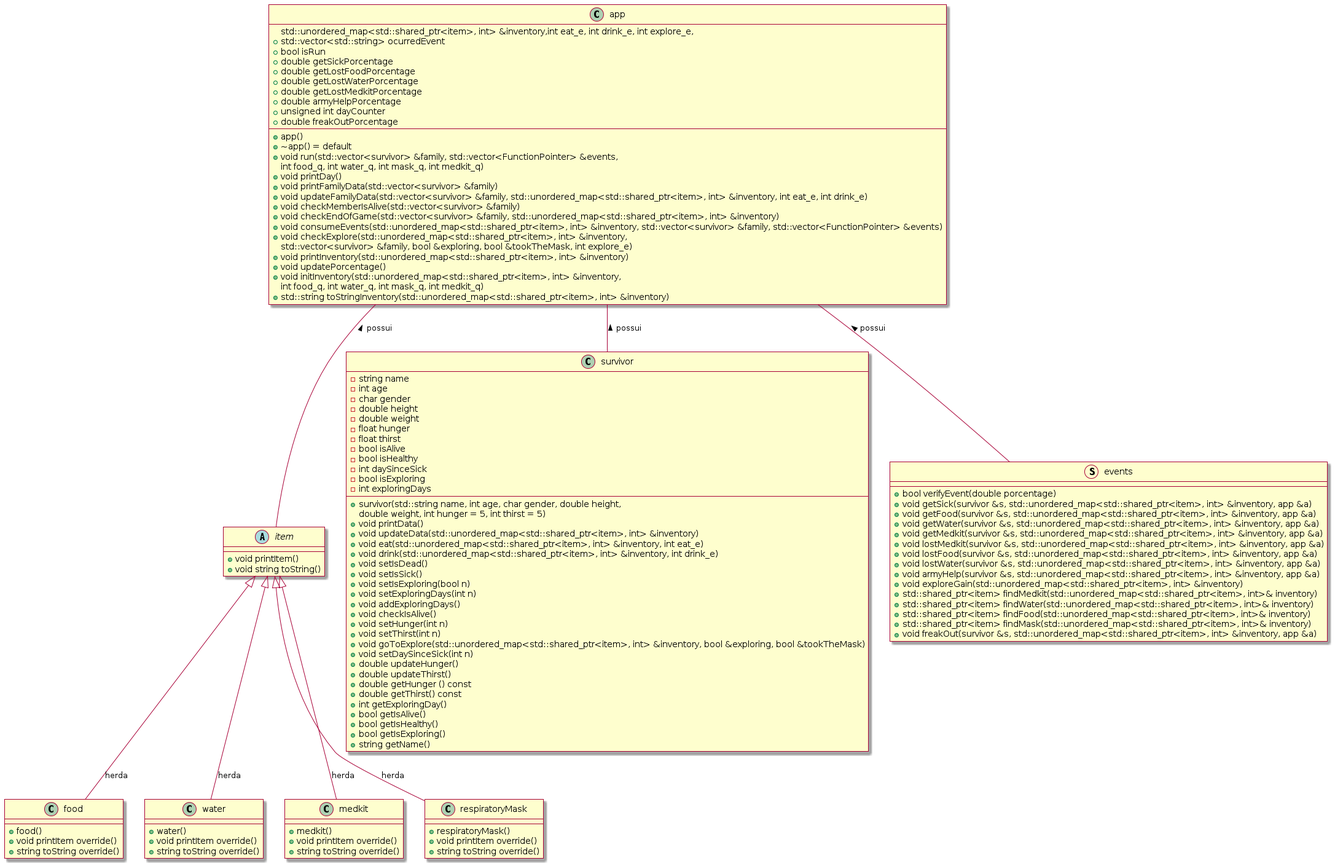
This is OOP2/diagrama.png from yeanjy/BCC-IFC, a PlantUML export, as it was before one commit.
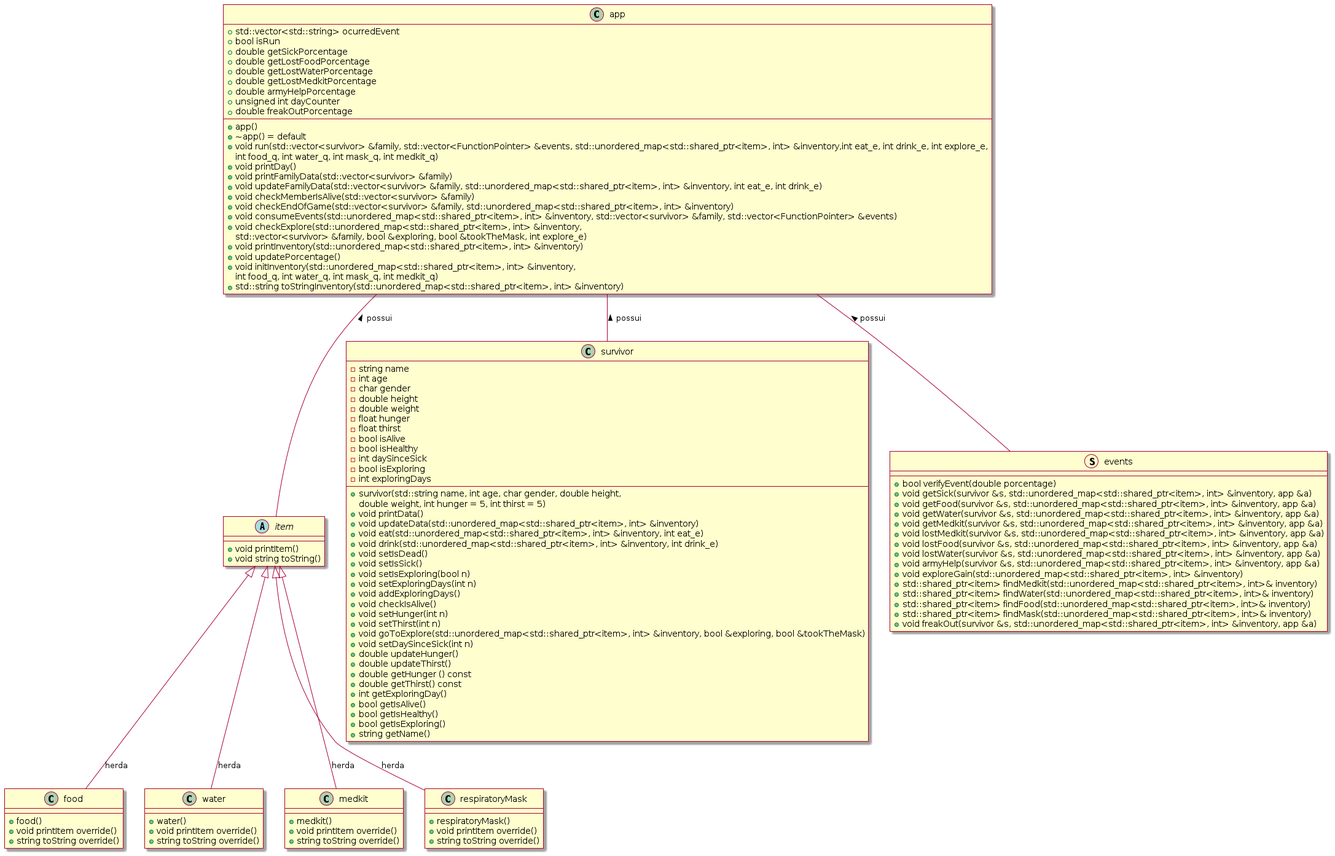
Above is the later version.

The edit, as a diff of the source:
```diff
@@ -81,8 +81,7 @@
 class app{
   +app()
   +~app() = default
-  +void run(std::vector<survivor> &family, std::vector<FunctionPointer> &events,
-              std::unordered_map<std::shared_ptr<item>, int> &inventory,int eat_e, int drink_e, int explore_e,
+  +void run(std::vector<survivor> &family, std::vector<FunctionPointer> &events, std::unordered_map<std::shared_ptr<item>, int> &inventory,int eat_e, int drink_e, int explore_e,
               int food_q, int water_q, int mask_q, int medkit_q)
   +void printDay()
   +void printFamilyData(std::vector<survivor> &family)
```
